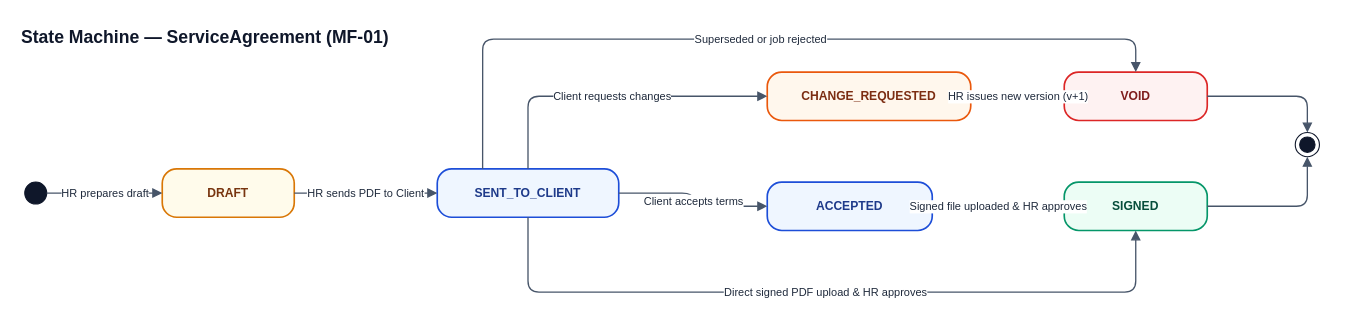
The draw.io diagram docs/diagrams/state-machines/source/sm-service-agreement.drawio in hoangqui794/hr-connect, before the edit. Source tidied: cells renumbered, new cells numbered last; positions are measured from the earlier drawing's top-left corner, leaving out a move shared by most shapes. Both pictures are drawn from the tidied source at 110%, with x=0, y=0 at pixel (19, 19).
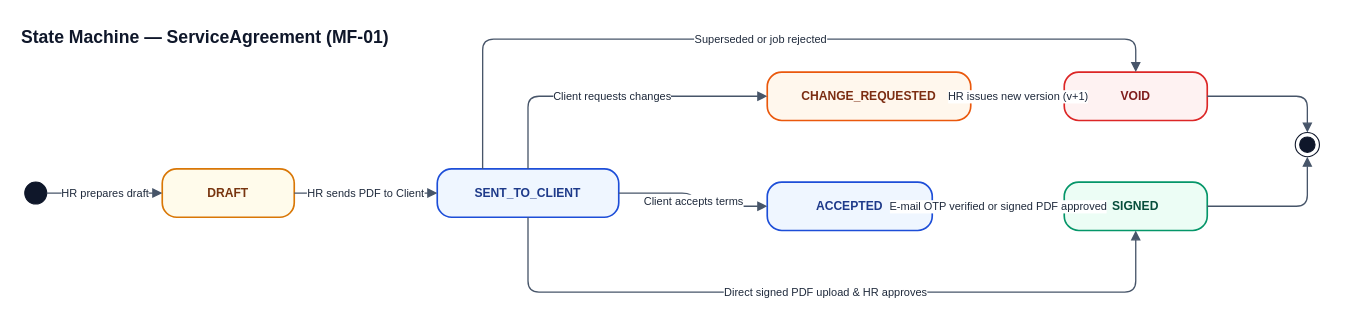
Above is the later version.

Unchanged cells that the change refers to:
```xml
<mxCell id="7" value="ACCEPTED" style="rounded=1;whiteSpace=wrap;html=1;arcSize=30;fillColor=#EFF6FF;strokeColor=#1D4ED8;strokeWidth=1.5;fontStyle=1;fontSize=11;fontFamily=Helvetica;fontColor=#1E3A8A;" parent="1" vertex="1">
  <mxGeometry x="680" y="148" width="150" height="44" as="geometry" />
</mxCell>
<mxCell id="8" value="SIGNED" style="rounded=1;whiteSpace=wrap;html=1;arcSize=30;fillColor=#ECFDF5;strokeColor=#059669;strokeWidth=1.5;fontStyle=1;fontSize=11;fontFamily=Helvetica;fontColor=#064E3B;" parent="1" vertex="1">
  <mxGeometry x="950" y="148" width="130" height="44" as="geometry" />
</mxCell>
```

Change to the diagram source:
```diff
@@
-    <mxCell id="16" value="Signed file uploaded &amp; HR approves" style="edgeStyle=orthogonalEdgeStyle;rounded=1;jettySize=auto;html=1;endArrow=block;endFill=1;fontSize=10;fontFamily=Helvetica;fontColor=#1E293B;labelBackgroundColor=#FFFFFF;strokeColor=#475569;strokeWidth=1.2;exitX=1;exitY=0.5;exitDx=0;exitDy=0;entryX=0;entryY=0.5;entryDx=0;entryDy=0;" parent="1" edge="1" source="7" target="8">
+    <mxCell id="16" value="E-mail OTP verified or signed PDF approved" style="edgeStyle=orthogonalEdgeStyle;rounded=1;jettySize=auto;html=1;endArrow=block;endFill=1;fontSize=10;fontFamily=Helvetica;fontColor=#1E293B;labelBackgroundColor=#FFFFFF;strokeColor=#475569;strokeWidth=1.2;exitX=1;exitY=0.5;exitDx=0;exitDy=0;entryX=0;entryY=0.5;entryDx=0;entryDy=0;" parent="1" edge="1" source="7" target="8">
       <mxGeometry relative="1" as="geometry" />
     </mxCell>
```
